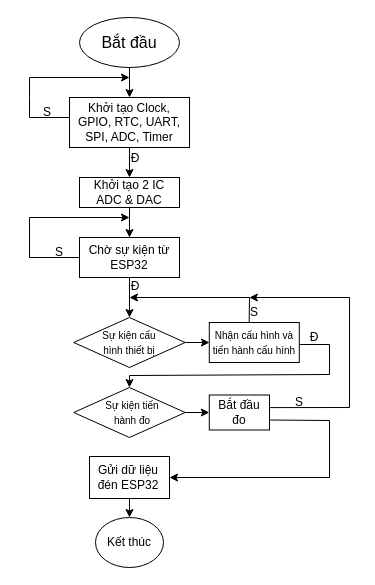
The draw.io diagram Sơ đồ thuật toán STM32.drawio in truongbui692002/DATN_20232, before the edit. Source tidied: cells renumbered, new cells numbered last; positions are measured from the earlier drawing's top-left corner, leaving out a move shared by most shapes. Both pictures are drawn from the tidied source at 100%, with x=0, y=0 at pixel (17, 17).
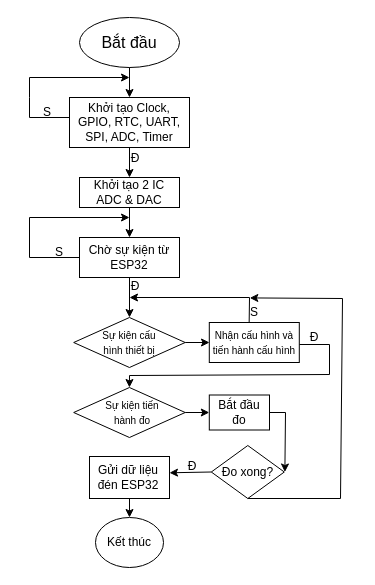
The same page after the edit.

Commit message:
Cập nhật Sơ đồ thuật toán STM32.drawio

Unchanged cells that the change refers to:
```xml
<mxCell id="23" value="S" style="text;html=1;align=center;verticalAlign=middle;whiteSpace=wrap;rounded=0;" parent="1" vertex="1">
  <mxGeometry x="206.8" y="280" width="60" height="30" as="geometry" />
</mxCell>
<mxCell id="26" style="rounded=0;whiteSpace=wrap;html=1;" parent="1" vertex="1">
  <mxGeometry x="191.8" y="377.5" width="60.2" height="35" as="geometry" />
</mxCell>
<mxCell id="28" value="Bắt đầu đo" style="text;html=1;align=center;verticalAlign=middle;whiteSpace=wrap;rounded=0;" parent="1" vertex="1">
  <mxGeometry x="191.8" y="380" width="60" height="30" as="geometry" />
</mxCell>
<mxCell id="29" style="rounded=0;whiteSpace=wrap;html=1;" parent="1" vertex="1">
  <mxGeometry x="72" y="439" width="80" height="42" as="geometry" />
</mxCell>
```

Change to the diagram source:
```diff
@@
-    <mxCell id="30" style="endArrow=classic;html=1;rounded=0;exitX=0.995;exitY=0.36;exitDx=0;exitDy=0;exitPerimeter=0;entryX=0.417;entryY=0.001;entryDx=0;entryDy=0;entryPerimeter=0;" parent="1" edge="1" source="26" target="23">
-      <mxGeometry relative="1" as="geometry">
-        <Array as="points">
-          <mxPoint x="332" y="390" />
-          <mxPoint x="332" y="280" />
-        </Array>
-      </mxGeometry>
-    </mxCell>
-    <mxCell id="31" value="S" style="text;html=1;align=center;verticalAlign=middle;whiteSpace=wrap;rounded=0;" parent="1" vertex="1">
-      <mxGeometry x="251.8" y="370" width="60" height="30" as="geometry" />
-    </mxCell>
-    <mxCell id="32" style="endArrow=classic;html=1;rounded=0;exitX=1;exitY=0.75;exitDx=0;exitDy=0;entryX=1;entryY=0.5;entryDx=0;entryDy=0;" parent="1" edge="1" source="28" target="29">
-      <mxGeometry relative="1" as="geometry">
-        <Array as="points">
-          <mxPoint x="312" y="403" />
-          <mxPoint x="312" y="460" />
-        </Array>
-      </mxGeometry>
-    </mxCell>
@@
+    <mxCell id="36" value="Đo xong?" style="rhombus;whiteSpace=wrap;html=1;" parent="1" vertex="1">
+      <mxGeometry x="193.8" y="428" width="73" height="53" as="geometry" />
+    </mxCell>
+    <mxCell id="37" style="endArrow=classic;html=1;rounded=0;entryX=1.008;entryY=0.5;entryDx=0;entryDy=0;exitX=1;exitY=0.5;exitDx=0;exitDy=0;entryPerimeter=0;" parent="1" edge="1" source="28" target="36">
+      <mxGeometry relative="1" as="geometry">
+        <Array as="points">
+          <mxPoint x="268" y="395" />
+        </Array>
+      </mxGeometry>
+    </mxCell>
+    <mxCell id="38" style="endArrow=classic;html=1;rounded=0;entryX=1;entryY=0.388;entryDx=0;entryDy=0;exitX=0;exitY=0.5;exitDx=0;exitDy=0;entryPerimeter=0;" parent="1" edge="1" source="36" target="29">
+      <mxGeometry relative="1" as="geometry" />
+    </mxCell>
+    <mxCell id="39" value="Đ" style="text;html=1;align=center;verticalAlign=middle;whiteSpace=wrap;rounded=0;" parent="1" vertex="1">
+      <mxGeometry x="145" y="434" width="60" height="30" as="geometry" />
+    </mxCell>
+    <mxCell id="40" style="endArrow=classic;html=1;rounded=0;entryX=0.425;entryY=0.014;entryDx=0;entryDy=0;entryPerimeter=0;exitX=0.5;exitY=1;exitDx=0;exitDy=0;" parent="1" edge="1" source="36" target="23">
+      <mxGeometry relative="1" as="geometry">
+        <Array as="points">
+          <mxPoint x="323" y="481" />
+          <mxPoint x="325" y="281" />
+        </Array>
+      </mxGeometry>
+    </mxCell>
```
